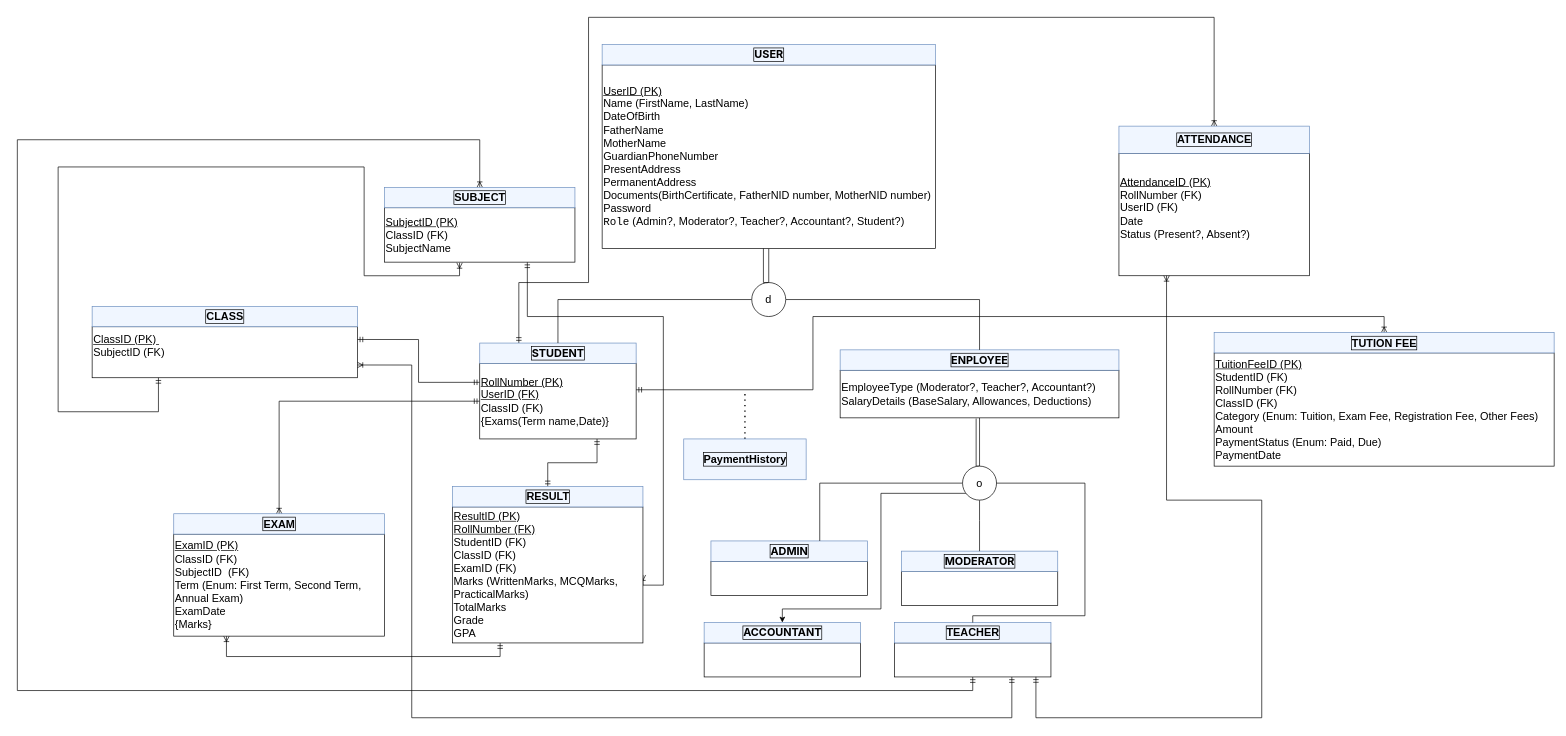
Shahduzzaman/School_Management_Web_Application keeps this draw.io diagram as ERD.drawio. Above is the earlier version. Source tidied: cells renumbered, new cells numbered last; positions are measured from the earlier drawing's top-left corner, leaving out a move shared by most shapes. Both pictures are drawn from the tidied source at 68%, with x=0, y=0 at pixel (17, 17).
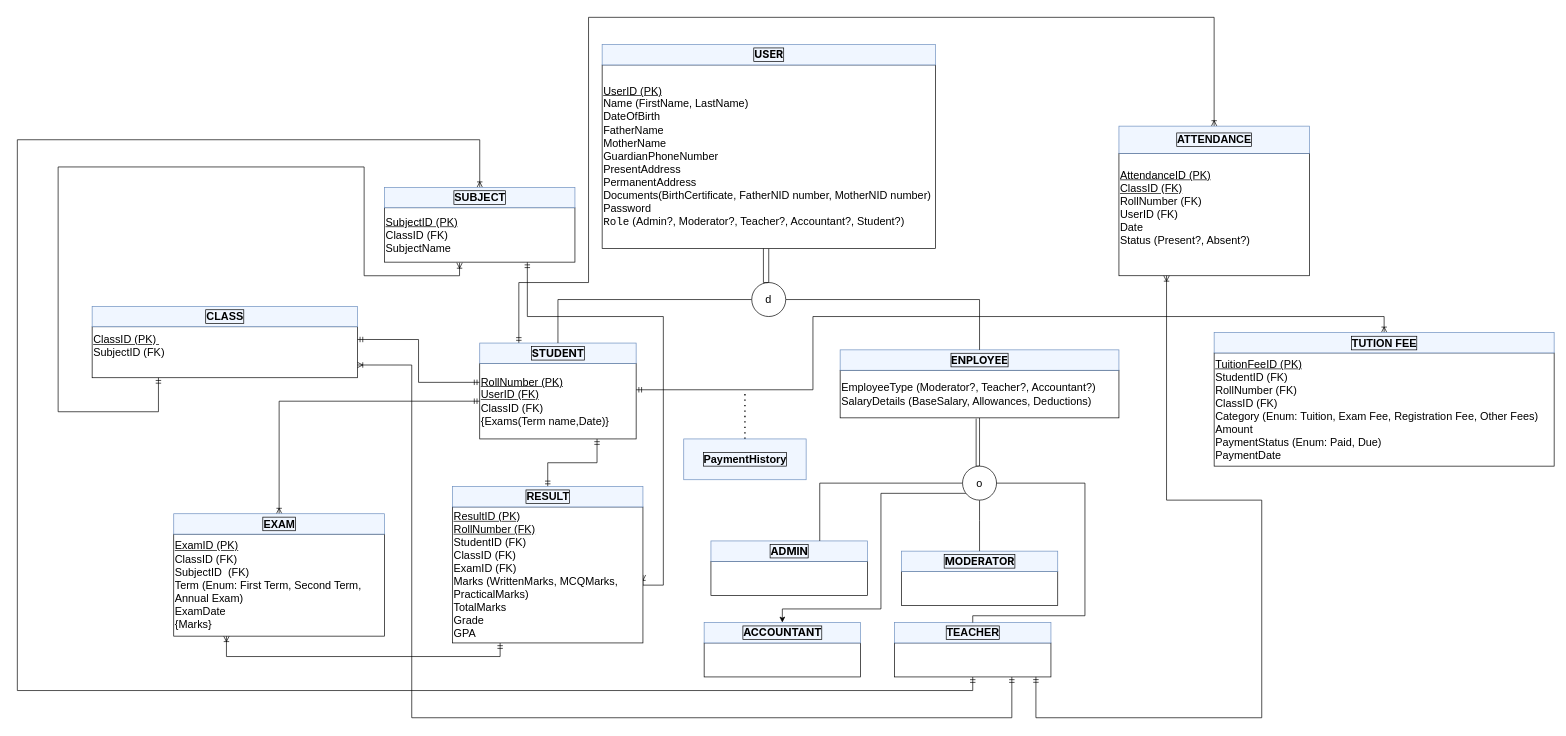
The same page after the edit.

Commit message (it also covers changes not shown here):
studentDashboard and ERD updated

Diff of the diagram source:
```diff
@@
-    <mxCell id="25" value="&lt;div style=&quot;font-size: 16px;&quot;&gt;&lt;u&gt;AttendanceID (PK)&lt;/u&gt;&lt;br&gt;&lt;/div&gt;&lt;div style=&quot;font-size: 16px;&quot;&gt;RollNumber (FK)&lt;/div&gt;&lt;div style=&quot;font-size: 16px;&quot;&gt;UserID (FK)&lt;/div&gt;&lt;div style=&quot;font-size: 16px;&quot;&gt;Date&amp;nbsp;&lt;/div&gt;&lt;div style=&quot;font-size: 16px;&quot;&gt;Status (Present?, Absent?)&lt;span style=&quot;background-color: initial;&quot;&gt;&amp;nbsp;&amp;nbsp;&lt;/span&gt;&lt;/div&gt;&lt;div style=&quot;font-size: 16px;&quot;&gt;&lt;br&gt;&lt;/div&gt;" style="rounded=0;whiteSpace=wrap;html=1;align=left;fontSize=16;" parent="1" vertex="1">
+    <mxCell id="25" value="&lt;div style=&quot;font-size: 16px;&quot;&gt;&lt;u&gt;AttendanceID (PK)&lt;/u&gt;&lt;br&gt;&lt;/div&gt;&lt;div style=&quot;font-size: 16px;&quot;&gt;&lt;u&gt;ClassID (FK)&lt;/u&gt;&lt;/div&gt;&lt;div style=&quot;font-size: 16px;&quot;&gt;RollNumber (FK)&lt;/div&gt;&lt;div style=&quot;font-size: 16px;&quot;&gt;UserID (FK)&lt;/div&gt;&lt;div style=&quot;font-size: 16px;&quot;&gt;Date&amp;nbsp;&lt;/div&gt;&lt;div style=&quot;font-size: 16px;&quot;&gt;Status (Present?, Absent?)&lt;span style=&quot;background-color: initial;&quot;&gt;&amp;nbsp;&amp;nbsp;&lt;/span&gt;&lt;/div&gt;&lt;div style=&quot;font-size: 16px;&quot;&gt;&lt;br&gt;&lt;/div&gt;" style="rounded=0;whiteSpace=wrap;html=1;align=left;fontSize=16;" parent="1" vertex="1">
       <mxGeometry x="1620" y="200" width="280" height="180" as="geometry" />
     </mxCell>
```
